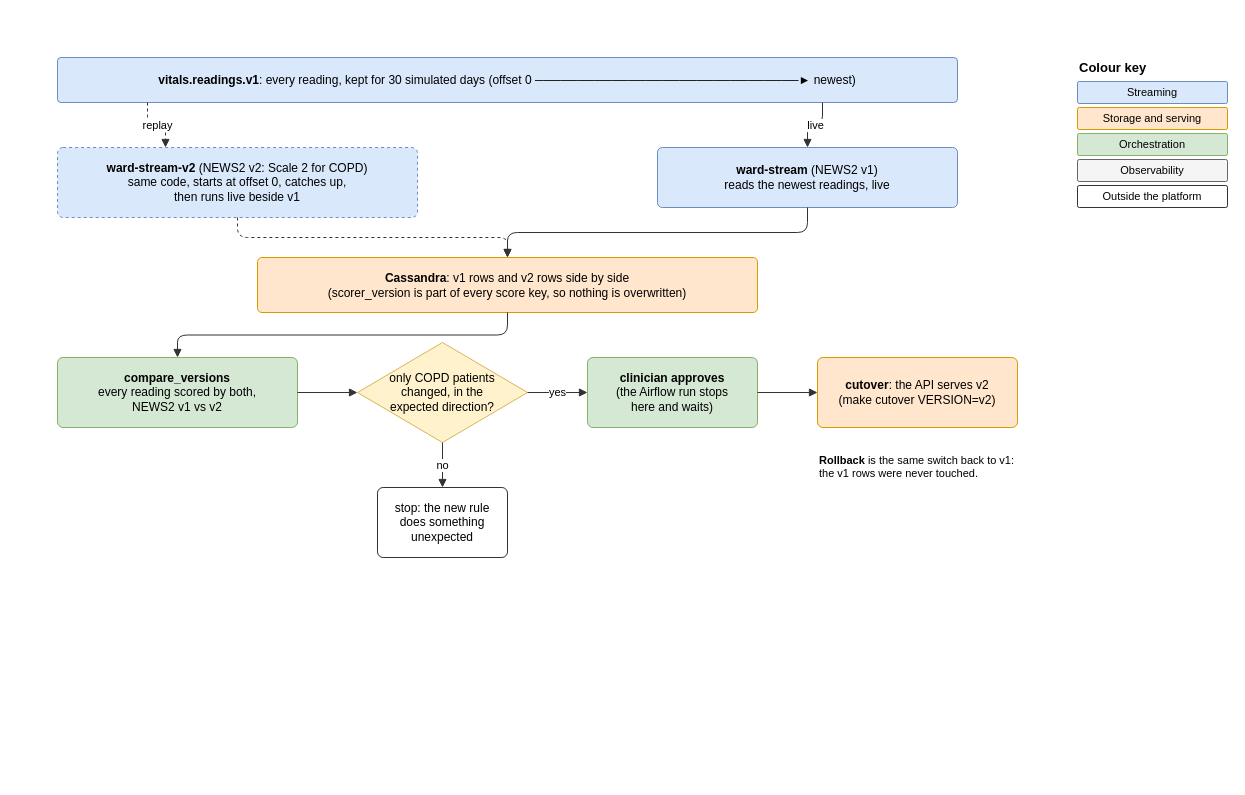
Ashfaq-Riyaldeen/hospital-vitals-kappa keeps this draw.io diagram as docs/diagrams/D4-replay-branching.drawio. Above is the earlier version. Source tidied: cells renumbered, new cells numbered last; positions are measured from the earlier drawing's top-left corner, leaving out a move shared by most shapes. Both pictures are drawn from the tidied source at 100%, with x=0, y=0 at pixel (57, 57).
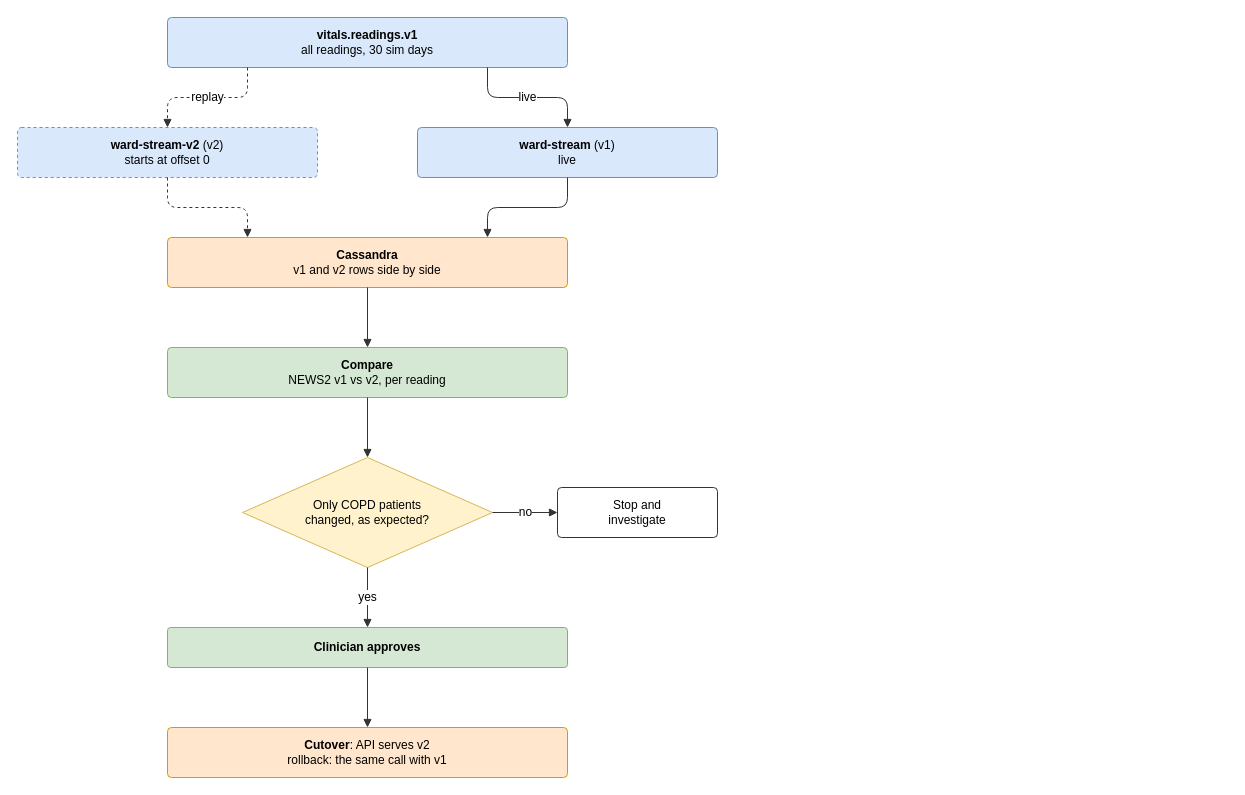
Above is the later version.

What changed in the source:
```diff
@@
-    <mxCell id="2" value="&lt;b&gt;vitals.readings.v1&lt;/b&gt;: every reading, kept for 30 simulated days   (offset 0  ───────────────────────────────►  newest)" style="whiteSpace=wrap;html=1;rounded=1;arcSize=8;fontFamily=Helvetica;fontSize=12;fillColor=#dae8fc;strokeColor=#6c8ebf;" parent="1" vertex="1">
-      <mxGeometry width="900" height="45" as="geometry" />
+    <mxCell id="2" value="&lt;b&gt;vitals.readings.v1&lt;/b&gt;&lt;br&gt;all readings, 30 sim days" style="whiteSpace=wrap;html=1;rounded=1;arcSize=8;fontFamily=Helvetica;fontSize=12;fillColor=#dae8fc;strokeColor=#6c8ebf;" parent="1" vertex="1">
+      <mxGeometry x="110" y="-40" width="400" height="50" as="geometry" />
     </mxCell>
-    <mxCell id="3" value="&lt;b&gt;ward-stream&lt;/b&gt; (NEWS2 v1)&lt;br&gt;reads the newest readings, live" style="whiteSpace=wrap;html=1;rounded=1;arcSize=8;fontFamily=Helvetica;fontSize=12;fillColor=#dae8fc;strokeColor=#6c8ebf;" parent="1" vertex="1">
-      <mxGeometry x="600" y="90" width="300" height="60" as="geometry" />
+    <mxCell id="3" value="&lt;b&gt;ward-stream-v2&lt;/b&gt; (v2)&lt;br&gt;starts at offset 0" style="whiteSpace=wrap;html=1;rounded=1;arcSize=8;fontFamily=Helvetica;fontSize=12;fillColor=#dae8fc;strokeColor=#6c8ebf;dashed=1;" parent="1" vertex="1">
+      <mxGeometry x="-40" y="70" width="300" height="50" as="geometry" />
     </mxCell>
-    <mxCell id="4" value="&lt;b&gt;ward-stream-v2&lt;/b&gt; (NEWS2 v2: Scale 2 for COPD)&lt;br&gt;same code, starts at offset 0, catches up,&lt;br&gt;then runs live beside v1" style="whiteSpace=wrap;html=1;rounded=1;arcSize=8;fontFamily=Helvetica;fontSize=12;fillColor=#dae8fc;strokeColor=#6c8ebf;dashed=1;" parent="1" vertex="1">
-      <mxGeometry y="90" width="360" height="70" as="geometry" />
+    <mxCell id="4" value="&lt;b&gt;ward-stream&lt;/b&gt; (v1)&lt;br&gt;live" style="whiteSpace=wrap;html=1;rounded=1;arcSize=8;fontFamily=Helvetica;fontSize=12;fillColor=#dae8fc;strokeColor=#6c8ebf;" parent="1" vertex="1">
+      <mxGeometry x="360" y="70" width="300" height="50" as="geometry" />
     </mxCell>
-    <mxCell id="5" value="live" style="edgeStyle=orthogonalEdgeStyle;rounded=1;html=1;endArrow=block;endFill=1;fontFamily=Helvetica;fontSize=12;fontSize=11;labelBackgroundColor=#ffffff;strokeColor=#333333;jumpStyle=arc;jumpSize=8;exitX=0.85;exitY=1;entryX=0.5;entryY=0;" parent="1" edge="1" source="2" target="3">
+    <mxCell id="5" value="replay" style="edgeStyle=orthogonalEdgeStyle;rounded=1;html=1;endArrow=block;endFill=1;fontFamily=Helvetica;fontSize=12;labelBackgroundColor=#ffffff;strokeColor=#333333;jumpStyle=arc;jumpSize=8;exitX=0.2;exitY=1;exitDx=0;exitDy=0;entryX=0.5;entryY=0;entryDx=0;entryDy=0;dashed=1;" parent="1" edge="1" source="2" target="3">
       <mxGeometry relative="1" as="geometry" />
     </mxCell>
-    <mxCell id="6" value="replay" style="edgeStyle=orthogonalEdgeStyle;rounded=1;html=1;endArrow=block;endFill=1;fontFamily=Helvetica;fontSize=12;fontSize=11;labelBackgroundColor=#ffffff;strokeColor=#333333;jumpStyle=arc;jumpSize=8;exitX=0.1;exitY=1;entryX=0.3;entryY=0;dashed=1;" parent="1" edge="1" source="2" target="4">
+    <mxCell id="6" value="live" style="edgeStyle=orthogonalEdgeStyle;rounded=1;html=1;endArrow=block;endFill=1;fontFamily=Helvetica;fontSize=12;labelBackgroundColor=#ffffff;strokeColor=#333333;jumpStyle=arc;jumpSize=8;exitX=0.8;exitY=1;exitDx=0;exitDy=0;entryX=0.5;entryY=0;entryDx=0;entryDy=0;" parent="1" edge="1" source="2" target="4">
       <mxGeometry relative="1" as="geometry" />
     </mxCell>
-    <mxCell id="7" value="&lt;b&gt;Cassandra&lt;/b&gt;: v1 rows and v2 rows side by side&lt;br&gt;(scorer_version is part of every score key, so nothing is overwritten)" style="whiteSpace=wrap;html=1;rounded=1;arcSize=8;fontFamily=Helvetica;fontSize=12;fillColor=#ffe6cc;strokeColor=#d79b00;" parent="1" vertex="1">
-      <mxGeometry x="200" y="200" width="500" height="55" as="geometry" />
+    <mxCell id="7" value="&lt;b&gt;Cassandra&lt;/b&gt;&lt;br&gt;v1 and v2 rows side by side" style="whiteSpace=wrap;html=1;rounded=1;arcSize=8;fontFamily=Helvetica;fontSize=12;fillColor=#ffe6cc;strokeColor=#d79b00;" parent="1" vertex="1">
+      <mxGeometry x="110" y="180" width="400" height="50" as="geometry" />
     </mxCell>
-    <mxCell id="8" style="edgeStyle=orthogonalEdgeStyle;rounded=1;html=1;endArrow=block;endFill=1;fontFamily=Helvetica;fontSize=12;fontSize=11;labelBackgroundColor=#ffffff;strokeColor=#333333;jumpStyle=arc;jumpSize=8;" parent="1" edge="1" source="3" target="7">
+    <mxCell id="8" style="edgeStyle=orthogonalEdgeStyle;rounded=1;html=1;endArrow=block;endFill=1;fontFamily=Helvetica;fontSize=12;labelBackgroundColor=#ffffff;strokeColor=#333333;jumpStyle=arc;jumpSize=8;exitX=0.5;exitY=1;exitDx=0;exitDy=0;entryX=0.2;entryY=0;entryDx=0;entryDy=0;dashed=1;" parent="1" edge="1" source="3" target="7">
       <mxGeometry relative="1" as="geometry" />
     </mxCell>
-    <mxCell id="9" style="edgeStyle=orthogonalEdgeStyle;rounded=1;html=1;endArrow=block;endFill=1;fontFamily=Helvetica;fontSize=12;fontSize=11;labelBackgroundColor=#ffffff;strokeColor=#333333;jumpStyle=arc;jumpSize=8;dashed=1;" parent="1" edge="1" source="4" target="7">
+    <mxCell id="9" style="edgeStyle=orthogonalEdgeStyle;rounded=1;html=1;endArrow=block;endFill=1;fontFamily=Helvetica;fontSize=12;labelBackgroundColor=#ffffff;strokeColor=#333333;jumpStyle=arc;jumpSize=8;exitX=0.5;exitY=1;exitDx=0;exitDy=0;entryX=0.8;entryY=0;entryDx=0;entryDy=0;" parent="1" edge="1" source="4" target="7">
       <mxGeometry relative="1" as="geometry" />
     </mxCell>
-    <mxCell id="10" value="&lt;b&gt;compare_versions&lt;/b&gt;&lt;br&gt;every reading scored by both,&lt;br&gt;NEWS2 v1 vs v2" style="whiteSpace=wrap;html=1;rounded=1;arcSize=8;fontFamily=Helvetica;fontSize=12;fillColor=#d5e8d4;strokeColor=#82b366;" parent="1" vertex="1">
-      <mxGeometry y="300" width="240" height="70" as="geometry" />
+    <mxCell id="10" value="&lt;b&gt;Compare&lt;/b&gt;&lt;br&gt;NEWS2 v1 vs v2, per reading" style="whiteSpace=wrap;html=1;rounded=1;arcSize=8;fontFamily=Helvetica;fontSize=12;fillColor=#d5e8d4;strokeColor=#82b366;" parent="1" vertex="1">
+      <mxGeometry x="110" y="290" width="400" height="50" as="geometry" />
     </mxCell>
-    <mxCell id="11" style="edgeStyle=orthogonalEdgeStyle;rounded=1;html=1;endArrow=block;endFill=1;fontFamily=Helvetica;fontSize=12;fontSize=11;labelBackgroundColor=#ffffff;strokeColor=#333333;jumpStyle=arc;jumpSize=8;" parent="1" edge="1" source="7" target="10">
+    <mxCell id="11" style="edgeStyle=orthogonalEdgeStyle;rounded=1;html=1;endArrow=block;endFill=1;fontFamily=Helvetica;fontSize=12;labelBackgroundColor=#ffffff;strokeColor=#333333;jumpStyle=arc;jumpSize=8;exitX=0.5;exitY=1;exitDx=0;exitDy=0;entryX=0.5;entryY=0;entryDx=0;entryDy=0;" parent="1" edge="1" source="7" target="10">
       <mxGeometry relative="1" as="geometry" />
     </mxCell>
-    <mxCell id="12" value="only COPD patients&lt;br&gt;changed, in the&lt;br&gt;expected direction?" style="rhombus;whiteSpace=wrap;html=1;fontFamily=Helvetica;fontSize=12;fillColor=#fff2cc;strokeColor=#d6b656;" parent="1" vertex="1">
-      <mxGeometry x="300" y="285" width="170" height="100" as="geometry" />
+    <mxCell id="12" value="Only COPD patients&lt;br&gt;changed, as expected?" style="rhombus;whiteSpace=wrap;html=1;fontFamily=Helvetica;fontSize=12;fillColor=#fff2cc;strokeColor=#d6b656;" parent="1" vertex="1">
+      <mxGeometry x="185" y="400" width="250" height="110" as="geometry" />
     </mxCell>
-    <mxCell id="13" style="edgeStyle=orthogonalEdgeStyle;rounded=1;html=1;endArrow=block;endFill=1;fontFamily=Helvetica;fontSize=12;fontSize=11;labelBackgroundColor=#ffffff;strokeColor=#333333;jumpStyle=arc;jumpSize=8;" parent="1" edge="1" source="10" target="12">
+    <mxCell id="13" style="edgeStyle=orthogonalEdgeStyle;rounded=1;html=1;endArrow=block;endFill=1;fontFamily=Helvetica;fontSize=12;labelBackgroundColor=#ffffff;strokeColor=#333333;jumpStyle=arc;jumpSize=8;exitX=0.5;exitY=1;exitDx=0;exitDy=0;entryX=0.5;entryY=0;entryDx=0;entryDy=0;" parent="1" edge="1" source="10" target="12">
       <mxGeometry relative="1" as="geometry" />
     </mxCell>
-    <mxCell id="14" value="stop: the new rule&lt;br&gt;does something&lt;br&gt;unexpected" style="whiteSpace=wrap;html=1;rounded=1;arcSize=8;fontFamily=Helvetica;fontSize=12;fillColor=#ffffff;strokeColor=#333333;" parent="1" vertex="1">
-      <mxGeometry x="320" y="430" width="130" height="70" as="geometry" />
+    <mxCell id="14" value="Stop and&lt;br&gt;investigate" style="whiteSpace=wrap;html=1;rounded=1;arcSize=8;fontFamily=Helvetica;fontSize=12;fillColor=#ffffff;strokeColor=#333333;" parent="1" vertex="1">
+      <mxGeometry x="500" y="430" width="160" height="50" as="geometry" />
     </mxCell>
-    <mxCell id="15" value="no" style="edgeStyle=orthogonalEdgeStyle;rounded=1;html=1;endArrow=block;endFill=1;fontFamily=Helvetica;fontSize=12;fontSize=11;labelBackgroundColor=#ffffff;strokeColor=#333333;jumpStyle=arc;jumpSize=8;" parent="1" edge="1" source="12" target="14">
+    <mxCell id="15" value="no" style="edgeStyle=orthogonalEdgeStyle;rounded=1;html=1;endArrow=block;endFill=1;fontFamily=Helvetica;fontSize=12;labelBackgroundColor=#ffffff;strokeColor=#333333;jumpStyle=arc;jumpSize=8;exitX=1;exitY=0.5;exitDx=0;exitDy=0;entryX=0;entryY=0.5;entryDx=0;entryDy=0;" parent="1" edge="1" source="12" target="14">
       <mxGeometry relative="1" as="geometry" />
     </mxCell>
-    <mxCell id="16" value="&lt;b&gt;clinician approves&lt;/b&gt;&lt;br&gt;(the Airflow run stops&lt;br&gt;here and waits)" style="whiteSpace=wrap;html=1;rounded=1;arcSize=8;fontFamily=Helvetica;fontSize=12;fillColor=#d5e8d4;strokeColor=#82b366;" parent="1" vertex="1">
-      <mxGeometry x="530" y="300" width="170" height="70" as="geometry" />
+    <mxCell id="16" value="&lt;b&gt;Clinician approves&lt;/b&gt;" style="whiteSpace=wrap;html=1;rounded=1;arcSize=8;fontFamily=Helvetica;fontSize=12;fillColor=#d5e8d4;strokeColor=#82b366;" parent="1" vertex="1">
+      <mxGeometry x="110" y="570" width="400" height="40" as="geometry" />
     </mxCell>
-    <mxCell id="17" value="yes" style="edgeStyle=orthogonalEdgeStyle;rounded=1;html=1;endArrow=block;endFill=1;fontFamily=Helvetica;fontSize=12;fontSize=11;labelBackgroundColor=#ffffff;strokeColor=#333333;jumpStyle=arc;jumpSize=8;" parent="1" edge="1" source="12" target="16">
+    <mxCell id="17" value="yes" style="edgeStyle=orthogonalEdgeStyle;rounded=1;html=1;endArrow=block;endFill=1;fontFamily=Helvetica;fontSize=12;labelBackgroundColor=#ffffff;strokeColor=#333333;jumpStyle=arc;jumpSize=8;exitX=0.5;exitY=1;exitDx=0;exitDy=0;entryX=0.5;entryY=0;entryDx=0;entryDy=0;" parent="1" edge="1" source="12" target="16">
       <mxGeometry relative="1" as="geometry" />
     </mxCell>
-    <mxCell id="18" value="&lt;b&gt;cutover&lt;/b&gt;: the API serves v2&lt;br&gt;(make cutover VERSION=v2)" style="whiteSpace=wrap;html=1;rounded=1;arcSize=8;fontFamily=Helvetica;fontSize=12;fillColor=#ffe6cc;strokeColor=#d79b00;" parent="1" vertex="1">
-      <mxGeometry x="760" y="300" width="200" height="70" as="geometry" />
+    <mxCell id="18" value="&lt;b&gt;Cutover&lt;/b&gt;: API serves v2&lt;br&gt;rollback: the same call with v1" style="whiteSpace=wrap;html=1;rounded=1;arcSize=8;fontFamily=Helvetica;fontSize=12;fillColor=#ffe6cc;strokeColor=#d79b00;" parent="1" vertex="1">
+      <mxGeometry x="110" y="670" width="400" height="50" as="geometry" />
     </mxCell>
-    <mxCell id="19" style="edgeStyle=orthogonalEdgeStyle;rounded=1;html=1;endArrow=block;endFill=1;fontFamily=Helvetica;fontSize=12;fontSize=11;labelBackgroundColor=#ffffff;strokeColor=#333333;jumpStyle=arc;jumpSize=8;" parent="1" edge="1" source="16" target="18">
+    <mxCell id="19" style="edgeStyle=orthogonalEdgeStyle;rounded=1;html=1;endArrow=block;endFill=1;fontFamily=Helvetica;fontSize=12;labelBackgroundColor=#ffffff;strokeColor=#333333;jumpStyle=arc;jumpSize=8;exitX=0.5;exitY=1;exitDx=0;exitDy=0;entryX=0.5;entryY=0;entryDx=0;entryDy=0;" parent="1" edge="1" source="16" target="18">
       <mxGeometry relative="1" as="geometry" />
     </mxCell>
-    <mxCell id="20" value="&lt;b&gt;Rollback&lt;/b&gt; is the same switch back to v1: the v1 rows were never touched." style="text;html=1;align=left;verticalAlign=top;whiteSpace=wrap;fontFamily=Helvetica;fontSize=12;fontSize=11;" parent="1" vertex="1">
-      <mxGeometry x="760" y="390" width="200" height="60" as="geometry" />
-    </mxCell>
-    <mxCell id="21" value="Colour key" style="text;html=1;align=left;verticalAlign=middle;fontFamily=Helvetica;fontSize=12;fontSize=13;fontStyle=1;" parent="1" vertex="1">
-      <mxGeometry x="1020" width="140" height="20" as="geometry" />
-    </mxCell>
-    <mxCell id="22" value="Streaming" style="whiteSpace=wrap;html=1;rounded=1;arcSize=8;fontFamily=Helvetica;fontSize=12;fillColor=#dae8fc;strokeColor=#6c8ebf;fontSize=11;" parent="1" vertex="1">
-      <mxGeometry x="1020" y="24" width="150" height="22" as="geometry" />
-    </mxCell>
-    <mxCell id="23" value="Storage and serving" style="whiteSpace=wrap;html=1;rounded=1;arcSize=8;fontFamily=Helvetica;fontSize=12;fillColor=#ffe6cc;strokeColor=#d79b00;fontSize=11;" parent="1" vertex="1">
-      <mxGeometry x="1020" y="50" width="150" height="22" as="geometry" />
-    </mxCell>
-    <mxCell id="24" value="Orchestration" style="whiteSpace=wrap;html=1;rounded=1;arcSize=8;fontFamily=Helvetica;fontSize=12;fillColor=#d5e8d4;strokeColor=#82b366;fontSize=11;" parent="1" vertex="1">
-      <mxGeometry x="1020" y="76" width="150" height="22" as="geometry" />
-    </mxCell>
-    <mxCell id="25" value="Observability" style="whiteSpace=wrap;html=1;rounded=1;arcSize=8;fontFamily=Helvetica;fontSize=12;fillColor=#f5f5f5;strokeColor=#666666;fontSize=11;" parent="1" vertex="1">
-      <mxGeometry x="1020" y="102" width="150" height="22" as="geometry" />
-    </mxCell>
-    <mxCell id="26" value="Outside the platform" style="whiteSpace=wrap;html=1;rounded=1;arcSize=8;fontFamily=Helvetica;fontSize=12;fillColor=#ffffff;strokeColor=#333333;fontSize=11;" parent="1" vertex="1">
-      <mxGeometry x="1020" y="128" width="150" height="22" as="geometry" />
-    </mxCell>
```
